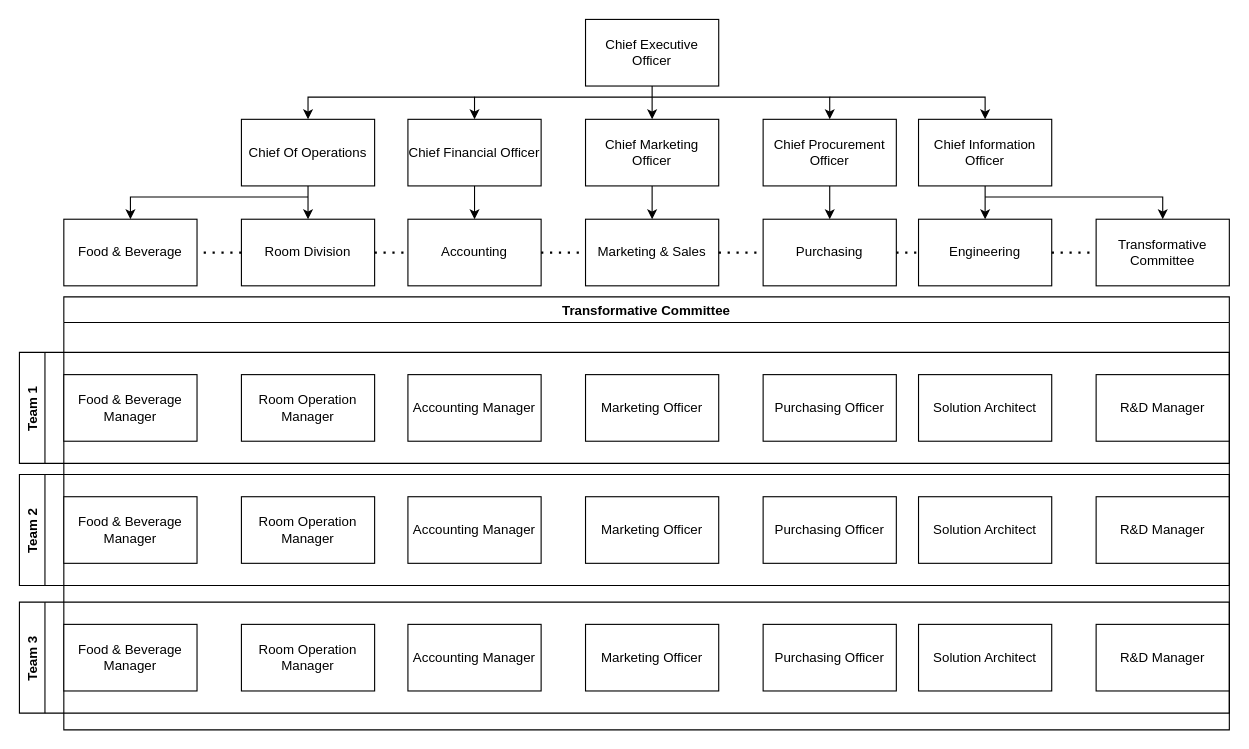
The draw.io diagram IS3103OrgChartNew.drawio in ryanliong/ToDoList, before the edit. Source tidied: cells renumbered, new cells numbered last; positions are measured from the earlier drawing's top-left corner, leaving out a move shared by most shapes. Both pictures are drawn from the tidied source at 111%, with x=0, y=0 at pixel (19, 19).
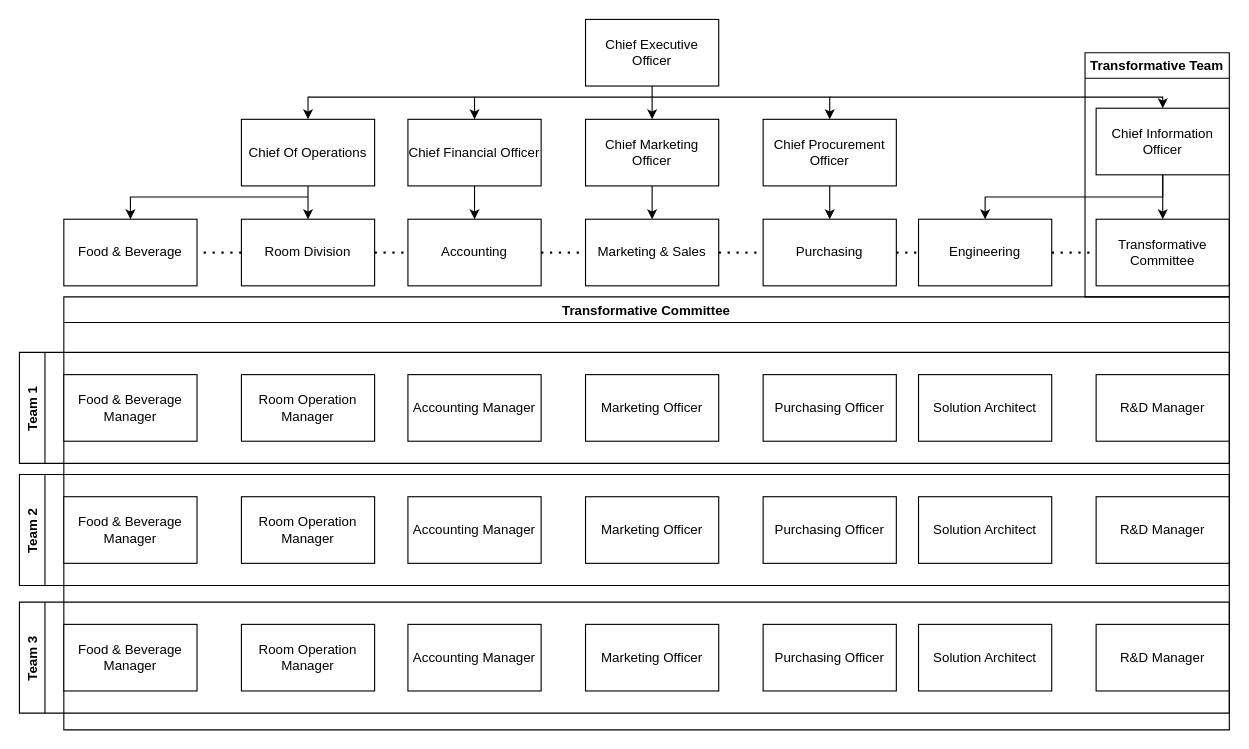
After the change.

The change refers to these unchanged cells:
```xml
<mxCell id="12" value="Transformative Committee" style="rounded=0;whiteSpace=wrap;html=1;" parent="1" vertex="1">
  <mxGeometry x="970" y="180" width="120" height="60" as="geometry" />
</mxCell>
<mxCell id="23" value="Engineering" style="rounded=0;whiteSpace=wrap;html=1;" parent="1" vertex="1">
  <mxGeometry x="810" y="180" width="120" height="60" as="geometry" />
</mxCell>
```

Diff of the diagram source:
```diff
@@
-    <mxCell id="22" value="Chief Information Officer" style="rounded=0;whiteSpace=wrap;html=1;" parent="1" vertex="1">
-      <mxGeometry x="810" y="90" width="120" height="60" as="geometry" />
-    </mxCell>
@@
     <mxCell id="24" style="endArrow=classic;html=1;rounded=0;entryX=0.5;entryY=0;entryDx=0;entryDy=0;" parent="1" edge="1" target="22">
       <mxGeometry relative="1" as="geometry">
         <mxPoint x="730" y="70" as="sourcePoint" />
         <Array as="points">
-          <mxPoint x="870" y="70" />
+          <mxPoint x="1030" y="70" />
         </Array>
       </mxGeometry>
     </mxCell>
     <mxCell id="25" style="endArrow=classic;html=1;rounded=0;exitX=0.5;exitY=1;exitDx=0;exitDy=0;entryX=0.5;entryY=0;entryDx=0;entryDy=0;" parent="1" edge="1" source="22" target="23">
       <mxGeometry relative="1" as="geometry">
         <Array as="points">
-          <mxPoint x="870" y="170" />
+          <mxPoint x="1030" y="160" />
+          <mxPoint x="870" y="160" />
         </Array>
       </mxGeometry>
     </mxCell>
-    <mxCell id="26" style="endArrow=classic;html=1;rounded=0;entryX=0.5;entryY=0;entryDx=0;entryDy=0;" parent="1" edge="1" target="12">
-      <mxGeometry relative="1" as="geometry">
-        <mxPoint x="870" y="160" as="sourcePoint" />
-        <Array as="points">
-          <mxPoint x="950" y="160" />
-          <mxPoint x="1030" y="160" />
-        </Array>
-      </mxGeometry>
-    </mxCell>
@@
+    <mxCell id="58" value="Transformative Team" style="swimlane;" parent="1" vertex="1">
+      <mxGeometry x="960" y="30" width="130" height="220" as="geometry" />
+    </mxCell>
+    <mxCell id="22" value="Chief Information Officer" style="rounded=0;whiteSpace=wrap;html=1;" parent="58" vertex="1">
+      <mxGeometry x="10" y="50" width="120" height="60" as="geometry" />
+    </mxCell>
+    <mxCell id="59" style="endArrow=classic;html=1;rounded=0;entryX=0.5;entryY=0;entryDx=0;entryDy=0;exitX=0.5;exitY=1;exitDx=0;exitDy=0;" parent="1" edge="1" source="22" target="12">
+      <mxGeometry relative="1" as="geometry" />
+    </mxCell>
```
